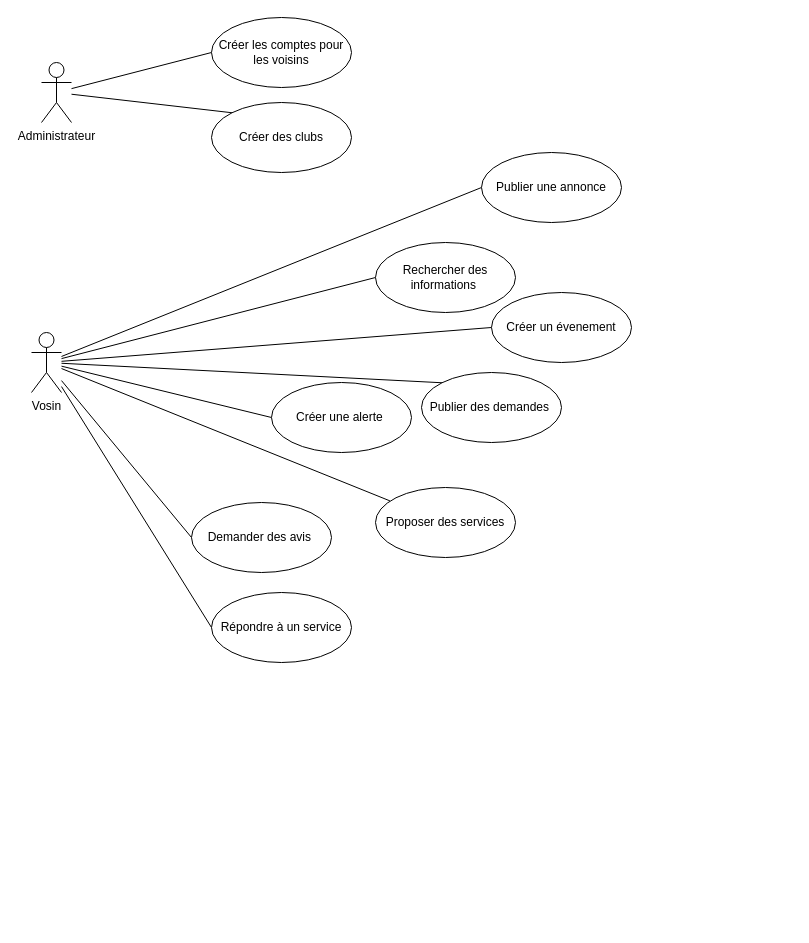
The draw.io diagram Diagrammecl.drawio in Adjaro/Modelisation, before the edit. Source tidied: cells renumbered, new cells numbered last; positions are measured from the earlier drawing's top-left corner, leaving out a move shared by most shapes. Both pictures are drawn from the tidied source at 100%, with x=0, y=0 at pixel (31, 17).
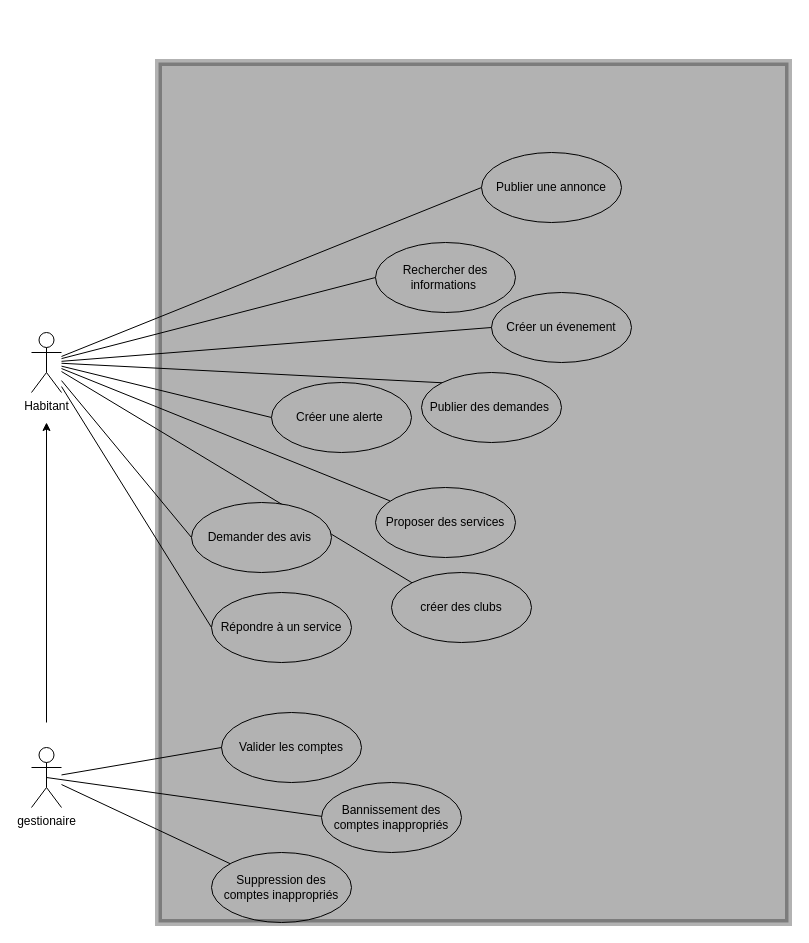
The same diagram, later.

Commit message:
Mettre à jour Diagrammecl.drawio

The edit, as a diff of the source:
```diff
@@
-    <mxCell id="2" style="edgeStyle=none;rounded=0;jettySize=auto;html=1;entryX=0;entryY=0.5;entryDx=0;entryDy=0;fontSize=12;endArrow=none;endFill=0;" parent="1" edge="1" source="4" target="14">
-      <mxGeometry relative="1" as="geometry" />
-    </mxCell>
-    <mxCell id="3" style="edgeStyle=none;rounded=0;jettySize=auto;html=1;entryX=0;entryY=0;entryDx=0;entryDy=0;fontSize=12;endArrow=none;endFill=0;" parent="1" edge="1" source="4" target="15">
-      <mxGeometry relative="1" as="geometry" />
+    <mxCell id="3" style="edgeStyle=none;rounded=0;jettySize=auto;html=1;entryX=0;entryY=0;entryDx=0;entryDy=0;fontSize=12;endArrow=none;endFill=0;exitX=0.5;exitY=0.5;exitDx=0;exitDy=0;exitPerimeter=0;" parent="1" edge="1" source="27">
+      <mxGeometry relative="1" as="geometry">
+        <mxPoint x="300.5" y="800.3" as="targetPoint" />
+      </mxGeometry>
     </mxCell>
-    <mxCell id="4" value="Administrateur" style="shape=umlActor;verticalLabelPosition=bottom;verticalAlign=top;html=1;outlineConnect=0;" parent="1" vertex="1">
-      <mxGeometry x="10" y="45" width="30" height="60" as="geometry" />
-    </mxCell>
@@
+    <mxCell id="24" style="rounded=0;jettySize=auto;html=1;entryX=0;entryY=0;entryDx=0;entryDy=0;fontSize=12;startArrow=none;startFill=0;endArrow=none;endFill=0;elbow=vertical;" parent="1" edge="1" source="13" target="29">
+      <mxGeometry relative="1" as="geometry" />
+    </mxCell>
-    <mxCell id="13" value="Vosin" style="shape=umlActor;verticalLabelPosition=bottom;verticalAlign=top;html=1;" parent="1" vertex="1">
+    <mxCell id="13" value="Habitant" style="shape=umlActor;verticalLabelPosition=bottom;verticalAlign=top;html=1;" parent="1" vertex="1">
       <mxGeometry y="315" width="30" height="60" as="geometry" />
     </mxCell>
-    <mxCell id="14" value="&lt;div class=&quot;O0&quot;&gt;&lt;span style=&quot;&quot;&gt;Créer les comptes pour les voisins&lt;/span&gt;&lt;/div&gt;" style="ellipse;whiteSpace=wrap;html=1;" parent="1" vertex="1">
-      <mxGeometry x="180" width="140" height="70" as="geometry" />
+    <mxCell id="14" value="&lt;div class=&quot;O0&quot;&gt;&lt;span style=&quot;&quot;&gt;Valider les comptes&lt;/span&gt;&lt;/div&gt;" style="ellipse;whiteSpace=wrap;html=1;" parent="1" vertex="1">
+      <mxGeometry x="190" y="695" width="140" height="70" as="geometry" />
     </mxCell>
-    <mxCell id="15" value="Créer des clubs" style="ellipse;whiteSpace=wrap;html=1;" parent="1" vertex="1">
-      <mxGeometry x="180" y="85" width="140" height="70" as="geometry" />
-    </mxCell>
@@
+    <mxCell id="25" style="edgeStyle=none;rounded=0;jettySize=auto;html=1;entryX=0;entryY=0.5;entryDx=0;entryDy=0;fontSize=12;endArrow=none;endFill=0;" parent="1" edge="1" source="27" target="14">
+      <mxGeometry relative="1" as="geometry" />
+    </mxCell>
+    <mxCell id="26" style="edgeStyle=none;rounded=0;orthogonalLoop=1;jettySize=auto;html=1;fontSize=12;startArrow=none;startFill=0;endArrow=classic;endFill=1;elbow=vertical;" parent="1" edge="1">
+      <mxGeometry relative="1" as="geometry">
+        <mxPoint x="15" y="705" as="sourcePoint" />
+        <mxPoint x="15" y="405" as="targetPoint" />
+      </mxGeometry>
+    </mxCell>
+    <mxCell id="27" value="gestionaire" style="shape=umlActor;verticalLabelPosition=bottom;verticalAlign=top;html=1;outlineConnect=0;" parent="1" vertex="1">
+      <mxGeometry y="730" width="30" height="60" as="geometry" />
+    </mxCell>
+    <mxCell id="28" value="Bannissement des comptes inappropriés" style="ellipse;whiteSpace=wrap;html=1;" parent="1" vertex="1">
+      <mxGeometry x="290" y="765" width="140" height="70" as="geometry" />
+    </mxCell>
+    <mxCell id="29" value="créer des clubs" style="ellipse;whiteSpace=wrap;html=1;" parent="1" vertex="1">
+      <mxGeometry x="360" y="555" width="140" height="70" as="geometry" />
+    </mxCell>
+    <mxCell id="30" style="edgeStyle=none;rounded=0;jettySize=auto;html=1;fontSize=12;startArrow=none;startFill=0;endArrow=none;endFill=0;elbow=vertical;" parent="1" edge="1" source="31" target="27">
+      <mxGeometry relative="1" as="geometry" />
+    </mxCell>
+    <mxCell id="31" value="Suppression des comptes inappropriés" style="ellipse;whiteSpace=wrap;html=1;" parent="1" vertex="1">
+      <mxGeometry x="180" y="835" width="140" height="70" as="geometry" />
+    </mxCell>
+    <mxCell id="32" style="rounded=0;whiteSpace=wrap;html=1;fontSize=12;gradientColor=none;opacity=30;fillColor=#000000;strokeWidth=7;shadow=0;" parent="1" vertex="1">
+      <mxGeometry x="127" y="45" width="630" height="860" as="geometry" />
+    </mxCell>
```
